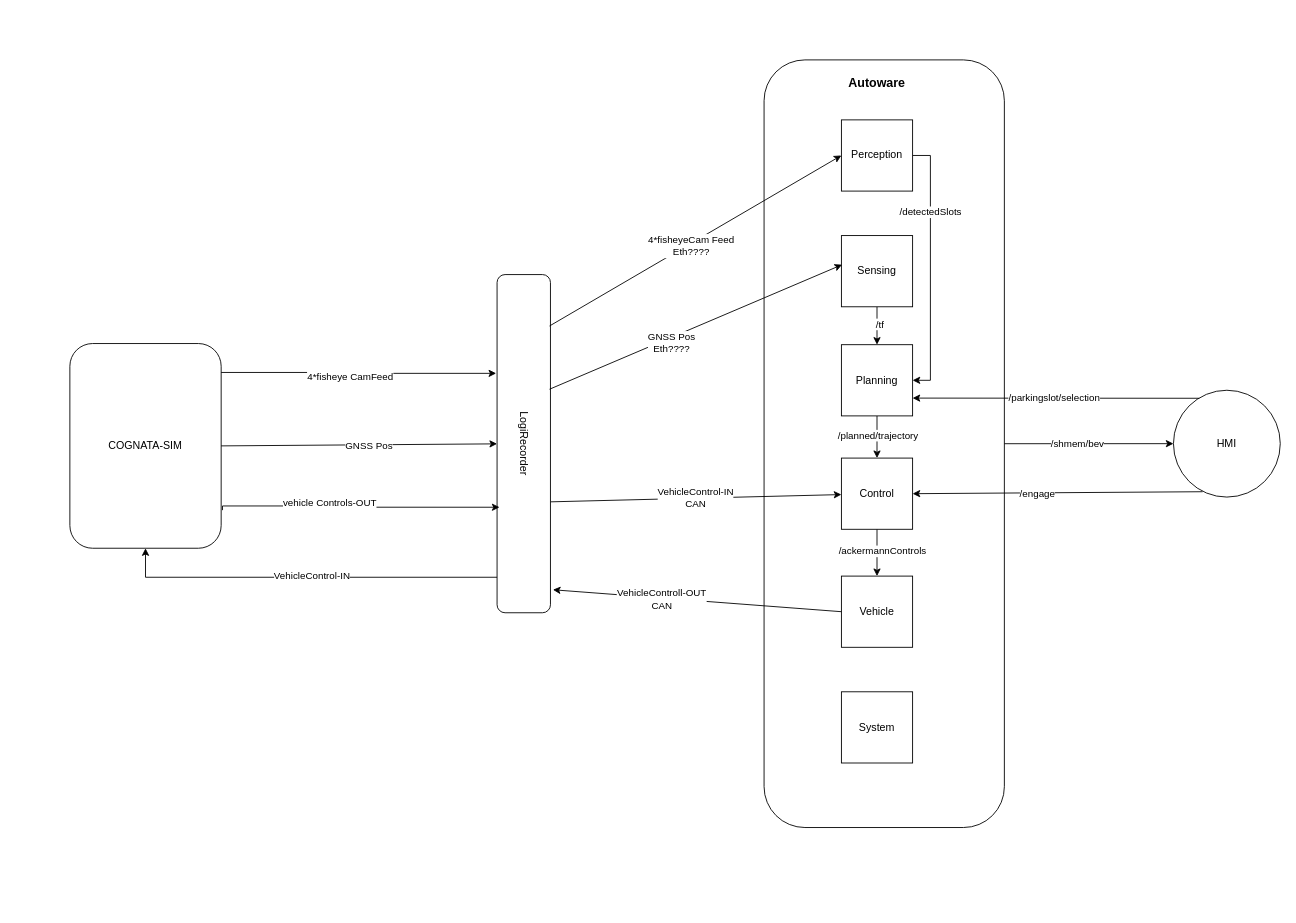
Before: autoware-cognata.drawio in Narendarselva/autoware_docs, a draw.io diagram. Source tidied: cells renumbered, new cells numbered last; positions are measured from the earlier drawing's top-left corner, leaving out a move shared by most shapes. Both pictures are drawn from the tidied source at 89%, with x=0, y=0 at pixel (69, 60).
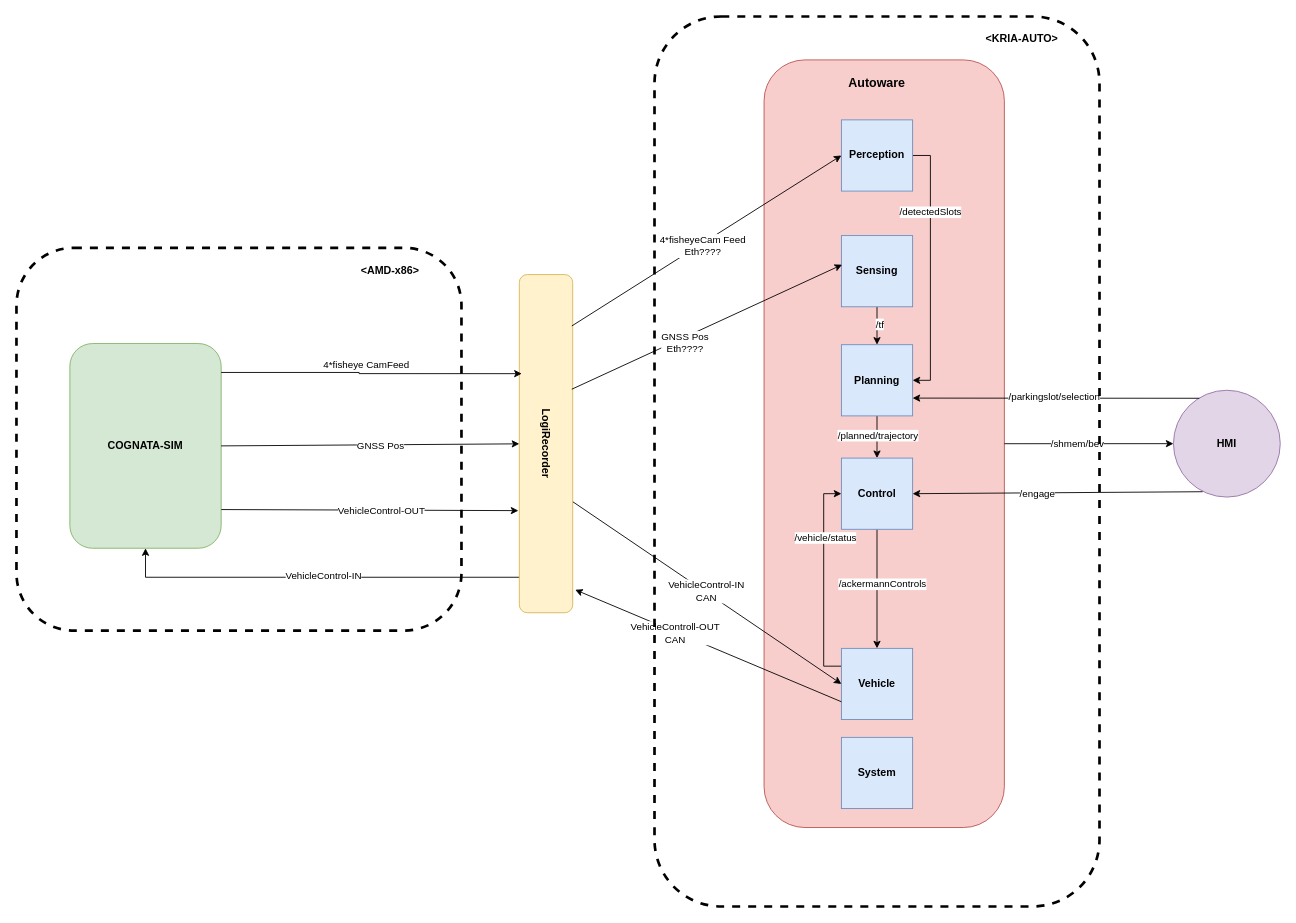
The same page after the edit.

The edit, as a diff of the source:
```diff
@@
-    <mxCell id="2" value="COGNATA-SIM" style="rounded=1;whiteSpace=wrap;html=1;" parent="1" vertex="1">
+    <mxCell id="2" value="&lt;b&gt;COGNATA-SIM&lt;/b&gt;" style="rounded=1;whiteSpace=wrap;html=1;fillColor=#d5e8d4;strokeColor=#82b366;" parent="1" vertex="1">
       <mxGeometry y="318.5" width="170" height="230" as="geometry" />
     </mxCell>
@@
-    <mxCell id="5" value="LogiRecorder" style="rounded=1;whiteSpace=wrap;html=1;rotation=90;" parent="1" vertex="1">
-      <mxGeometry x="320" y="401" width="380" height="60" as="geometry" />
+    <mxCell id="5" value="&lt;b&gt;LogiRecorder&lt;/b&gt;" style="rounded=1;whiteSpace=wrap;html=1;rotation=90;fillColor=#fff2cc;strokeColor=#d6b656;" parent="1" vertex="1">
+      <mxGeometry x="345" y="401" width="380" height="60" as="geometry" />
     </mxCell>
-    <mxCell id="6" style="rounded=1;whiteSpace=wrap;html=1;arcSize=17;" parent="1" vertex="1">
+    <mxCell id="6" style="rounded=1;whiteSpace=wrap;html=1;arcSize=17;fillColor=#f8cecc;strokeColor=#b85450;" parent="1" vertex="1">
       <mxGeometry x="780" y="-0.2" width="270" height="862.5" as="geometry" />
     </mxCell>
-    <mxCell id="7" style="edgeStyle=orthogonalEdgeStyle;rounded=0;jettySize=auto;html=1;exitX=1.009;exitY=0.814;exitDx=0;exitDy=0;exitPerimeter=0;entryX=0.688;entryY=0.954;entryDx=0;entryDy=0;entryPerimeter=0;" parent="1" edge="1" source="2" target="5">
-      <mxGeometry relative="1" as="geometry">
-        <Array as="points">
-          <mxPoint x="172" y="501" />
-          <mxPoint x="340" y="501" />
-          <mxPoint x="340" y="502" />
-        </Array>
-      </mxGeometry>
-    </mxCell>
-    <mxCell id="8" value="vehicle Controls-OUT" style="edgeLabel;html=1;align=center;verticalAlign=middle;" parent="7" vertex="1">
-      <mxGeometry x="-0.21" y="4" relative="1" as="geometry" />
-    </mxCell>
-    <mxCell id="9" style="edgeStyle=orthogonalEdgeStyle;rounded=0;orthogonalLoop=1;jettySize=auto;html=1;exitX=1.001;exitY=0.369;exitDx=0;exitDy=0;exitPerimeter=0;entryX=0.538;entryY=1.017;entryDx=0;entryDy=0;entryPerimeter=0;" parent="1" edge="1">
+    <mxCell id="9" style="edgeStyle=orthogonalEdgeStyle;rounded=0;jettySize=auto;html=1;exitX=1.001;exitY=0.369;exitDx=0;exitDy=0;exitPerimeter=0;entryX=0.293;entryY=0.954;entryDx=0;entryDy=0;entryPerimeter=0;" parent="1" edge="1" target="5">
       <mxGeometry relative="1" as="geometry">
         <mxPoint x="170" y="351" as="sourcePoint" />
-        <mxPoint x="479" y="352" as="targetPoint" />
         <Array as="points">
+          <mxPoint x="325" y="351" />
           <mxPoint x="325" y="352" />
         </Array>
       </mxGeometry>
     </mxCell>
     <mxCell id="10" value="4*fisheye CamFeed" style="edgeLabel;html=1;align=center;verticalAlign=middle;" parent="9" vertex="1">
-      <mxGeometry x="-0.07" y="-4" relative="1" as="geometry" />
+      <mxGeometry x="-0.07" y="-4" relative="1" as="geometry">
+        <mxPoint x="6" y="-14" as="offset" />
+      </mxGeometry>
     </mxCell>
@@
-    <mxCell id="13" value="Perception" style="whiteSpace=wrap;html=1;" parent="1" vertex="1">
+    <mxCell id="13" value="Perception" style="whiteSpace=wrap;html=1;fillColor=#dae8fc;strokeColor=#6c8ebf;fontStyle=1;" parent="1" vertex="1">
       <mxGeometry x="866.9" y="67.2" width="80" height="80" as="geometry" />
     </mxCell>
@@
-    <mxCell id="16" value="Sensing" style="whiteSpace=wrap;html=1;" parent="1" vertex="1">
+    <mxCell id="16" value="&lt;b&gt;Sensing&lt;/b&gt;" style="whiteSpace=wrap;html=1;fillColor=#dae8fc;strokeColor=#6c8ebf;" parent="1" vertex="1">
       <mxGeometry x="866.9" y="197.2" width="80" height="80" as="geometry" />
     </mxCell>
@@
-    <mxCell id="19" value="Planning" style="whiteSpace=wrap;html=1;" parent="1" vertex="1">
+    <mxCell id="19" value="&lt;b&gt;Planning&lt;/b&gt;" style="whiteSpace=wrap;html=1;fillColor=#dae8fc;strokeColor=#6c8ebf;" parent="1" vertex="1">
       <mxGeometry x="866.9" y="319.8" width="80" height="80" as="geometry" />
     </mxCell>
@@
-    <mxCell id="22" value="Control" style="whiteSpace=wrap;html=1;" parent="1" vertex="1">
+    <mxCell id="22" value="&lt;b&gt;Control&lt;/b&gt;" style="whiteSpace=wrap;html=1;fillColor=#dae8fc;strokeColor=#6c8ebf;" parent="1" vertex="1">
       <mxGeometry x="866.9" y="447.2" width="80" height="80" as="geometry" />
     </mxCell>
@@
+    <mxCell id="43" style="edgeStyle=orthogonalEdgeStyle;rounded=0;jettySize=auto;html=1;exitX=0;exitY=0.25;exitDx=0;exitDy=0;entryX=0;entryY=0.5;entryDx=0;entryDy=0;" parent="1" edge="1" source="25" target="22">
+      <mxGeometry relative="1" as="geometry">
+        <Array as="points">
+          <mxPoint x="847" y="681" />
+          <mxPoint x="847" y="488" />
+        </Array>
+      </mxGeometry>
+    </mxCell>
+    <mxCell id="44" value="/vehicle/status" style="edgeLabel;html=1;align=center;verticalAlign=middle;" parent="43" vertex="1">
+      <mxGeometry x="0.4" y="-1" relative="1" as="geometry" />
+    </mxCell>
-    <mxCell id="25" value="Vehicle" style="whiteSpace=wrap;html=1;" parent="1" vertex="1">
-      <mxGeometry x="866.9" y="579.8" width="80" height="80" as="geometry" />
+    <mxCell id="25" value="&lt;b&gt;Vehicle&lt;/b&gt;" style="whiteSpace=wrap;html=1;fillColor=#dae8fc;strokeColor=#6c8ebf;" parent="1" vertex="1">
+      <mxGeometry x="866.9" y="661" width="80" height="80" as="geometry" />
     </mxCell>
-    <mxCell id="26" value="System" style="whiteSpace=wrap;html=1;" parent="1" vertex="1">
-      <mxGeometry x="866.9" y="709.8" width="80" height="80" as="geometry" />
+    <mxCell id="26" value="&lt;b&gt;System&lt;/b&gt;" style="whiteSpace=wrap;html=1;fillColor=#dae8fc;strokeColor=#6c8ebf;" parent="1" vertex="1">
+      <mxGeometry x="866.9" y="761" width="80" height="80" as="geometry" />
     </mxCell>
@@
-    <mxCell id="31" style="endArrow=classic;html=1;rounded=0;exitX=0;exitY=0.5;exitDx=0;exitDy=0;entryX=0.932;entryY=-0.046;entryDx=0;entryDy=0;entryPerimeter=0;" parent="1" edge="1" source="25" target="5">
+    <mxCell id="31" style="endArrow=classic;html=1;rounded=0;exitX=0;exitY=0.75;exitDx=0;exitDy=0;entryX=0.932;entryY=-0.046;entryDx=0;entryDy=0;entryPerimeter=0;" parent="1" edge="1" source="25" target="5">
       <mxGeometry relative="1" as="geometry" />
     </mxCell>
@@
-    <mxCell id="33" style="endArrow=classic;html=1;rounded=0;exitX=0.672;exitY=-0.004;exitDx=0;exitDy=0;exitPerimeter=0;" parent="1" edge="1" source="5" target="22">
+    <mxCell id="33" style="endArrow=classic;html=1;rounded=0;exitX=0.672;exitY=-0.004;exitDx=0;exitDy=0;exitPerimeter=0;entryX=0;entryY=0.5;entryDx=0;entryDy=0;" parent="1" edge="1" source="5" target="25">
       <mxGeometry relative="1" as="geometry" />
     </mxCell>
@@
-    <mxCell id="37" value="HMI" style="ellipse;whiteSpace=wrap;html=1;" parent="1" vertex="1">
+    <mxCell id="37" value="&lt;b&gt;HMI&lt;/b&gt;" style="ellipse;whiteSpace=wrap;html=1;fillColor=#e1d5e7;strokeColor=#9673a6;" parent="1" vertex="1">
       <mxGeometry x="1240" y="371" width="120" height="120" as="geometry" />
     </mxCell>
@@
+    <mxCell id="7" style="endArrow=classic;html=1;rounded=0;exitX=1.001;exitY=0.811;exitDx=0;exitDy=0;exitPerimeter=0;entryX=0.698;entryY=1.017;entryDx=0;entryDy=0;entryPerimeter=0;" parent="1" edge="1" source="2" target="5">
+      <mxGeometry relative="1" as="geometry" />
+    </mxCell>
+    <mxCell id="45" value="VehicleControl-OUT" style="edgeLabel;html=1;align=center;verticalAlign=middle;" parent="7" vertex="1">
+      <mxGeometry x="0.07" y="-1" relative="1" as="geometry" />
+    </mxCell>
+    <mxCell id="46" style="rounded=1;whiteSpace=wrap;html=1;dashed=1;fillColor=none;strokeWidth=3;comic=0;" parent="1" vertex="1">
+      <mxGeometry x="656.9" y="-49" width="500" height="1000" as="geometry" />
+    </mxCell>
+    <mxCell id="47" value="&lt;b&gt;&amp;lt;KRIA-AUTO&amp;gt;&lt;/b&gt;" style="text;html=1;strokeColor=none;fillColor=none;align=center;verticalAlign=middle;whiteSpace=wrap;rounded=0;" parent="1" vertex="1">
+      <mxGeometry x="1010" y="-39" width="120" height="30" as="geometry" />
+    </mxCell>
+    <mxCell id="48" style="rounded=1;whiteSpace=wrap;html=1;dashed=1;fillColor=none;strokeWidth=3;comic=0;" parent="1" vertex="1">
+      <mxGeometry x="-60" y="211" width="500" height="430" as="geometry" />
+    </mxCell>
+    <mxCell id="49" value="&lt;b&gt;&amp;lt;AMD-x86&amp;gt;&lt;/b&gt;" style="text;html=1;strokeColor=none;fillColor=none;align=center;verticalAlign=middle;whiteSpace=wrap;rounded=0;" parent="1" vertex="1">
+      <mxGeometry x="300" y="222.2" width="120" height="30" as="geometry" />
+    </mxCell>
```
